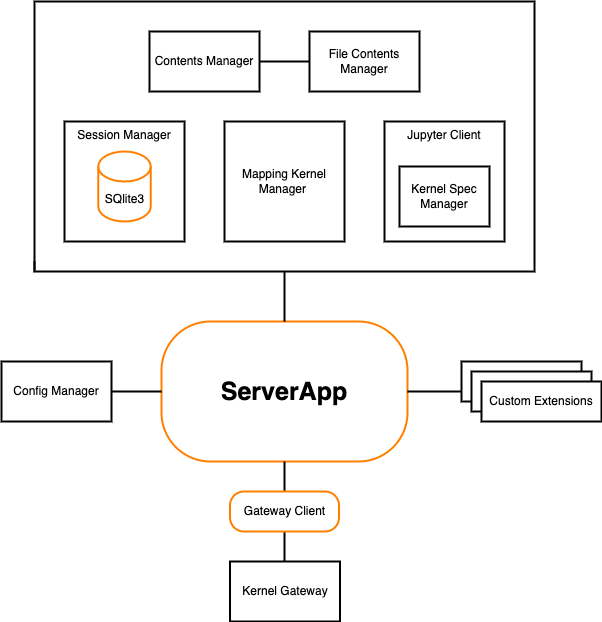
The draw.io diagram docs/source/images/jupyter-server-architecture.drawio.png in jupyter-server/jupyter_server, before a commit. Source tidied: cells renumbered, new cells last; positions are measured from the earlier drawing's top-left corner, leaving out a move shared by most shapes. Its diagram source:
```xml
<mxGraphModel>
  <root>
    <mxCell id="0" />
    <mxCell id="1" parent="0" />
    <mxCell id="2" value="&lt;b style=&quot;font-size: 25px;&quot;&gt;ServerApp&lt;/b&gt;" style="rounded=1;whiteSpace=wrap;html=1;arcSize=35;strokeWidth=2;strokeColor=#FF8000;fontSize=25;" parent="1" vertex="1">
      <mxGeometry x="160" y="320" width="246" height="140" as="geometry" />
    </mxCell>
    <mxCell id="3" style="edgeStyle=orthogonalEdgeStyle;rounded=0;jettySize=auto;html=1;fontSize=12;endArrow=none;endFill=0;strokeColor=default;strokeWidth=2;" parent="1" edge="1" target="2">
      <mxGeometry relative="1" as="geometry">
        <mxPoint x="89" y="390" as="sourcePoint" />
      </mxGeometry>
    </mxCell>
    <mxCell id="4" style="edgeStyle=orthogonalEdgeStyle;rounded=0;jettySize=auto;html=1;fontSize=12;strokeColor=default;endArrow=none;endFill=0;strokeWidth=2;" parent="1" edge="1" source="6" target="2">
      <mxGeometry relative="1" as="geometry" />
    </mxCell>
    <mxCell id="5" style="edgeStyle=orthogonalEdgeStyle;rounded=0;jettySize=auto;html=1;fontSize=12;endArrow=none;endFill=0;strokeColor=default;strokeWidth=2;" parent="1" edge="1" source="6">
      <mxGeometry relative="1" as="geometry">
        <mxPoint x="283" y="560" as="targetPoint" />
      </mxGeometry>
    </mxCell>
    <mxCell id="6" value="&lt;span style=&quot;font-size: 12px;&quot;&gt;Gateway Client&lt;/span&gt;" style="rounded=1;whiteSpace=wrap;html=1;arcSize=35;strokeWidth=2;strokeColor=#FF8000;fontSize=12;align=center;" parent="1" vertex="1">
      <mxGeometry x="228.5" y="490" width="109" height="40" as="geometry" />
    </mxCell>
    <mxCell id="7" style="group;" parent="1" vertex="1">
      <mxGeometry x="460" y="360" width="140" height="60" as="geometry" />
    </mxCell>
    <mxCell id="8" style="rounded=0;whiteSpace=wrap;html=1;strokeColor=#000000;strokeWidth=2;" parent="7" vertex="1">
      <mxGeometry width="120" height="40" as="geometry" />
    </mxCell>
    <mxCell id="9" style="rounded=0;whiteSpace=wrap;html=1;strokeColor=#000000;strokeWidth=2;" parent="7" vertex="1">
      <mxGeometry x="10" y="10" width="120" height="40" as="geometry" />
    </mxCell>
    <mxCell id="10" value="Custom Extensions" style="rounded=0;whiteSpace=wrap;html=1;strokeColor=#000000;strokeWidth=2;" parent="7" vertex="1">
      <mxGeometry x="20" y="20" width="120" height="40" as="geometry" />
    </mxCell>
    <mxCell id="11" style="edgeStyle=orthogonalEdgeStyle;rounded=0;jettySize=auto;html=1;fontSize=12;endArrow=none;endFill=0;strokeColor=default;strokeWidth=2;entryX=0;entryY=0.75;entryDx=0;entryDy=0;" parent="1" edge="1" source="2" target="8">
      <mxGeometry relative="1" as="geometry" />
    </mxCell>
    <mxCell id="12" value="Config Manager" style="rounded=0;whiteSpace=wrap;html=1;strokeColor=#000000;strokeWidth=2;" parent="1" vertex="1">
      <mxGeometry y="360" width="110" height="60" as="geometry" />
    </mxCell>
    <mxCell id="13" value="Kernel Gateway" style="rounded=0;whiteSpace=wrap;html=1;strokeColor=#000000;strokeWidth=2;" parent="1" vertex="1">
      <mxGeometry x="228.5" y="560" width="110" height="60" as="geometry" />
    </mxCell>
    <mxCell id="14" style="group;" parent="1" vertex="1">
      <mxGeometry x="33" width="500" height="270" as="geometry" />
    </mxCell>
    <mxCell id="15" style="rounded=0;whiteSpace=wrap;html=1;fontSize=12;strokeColor=#000000;strokeWidth=2;" parent="14" vertex="1">
      <mxGeometry width="500" height="270" as="geometry" />
    </mxCell>
    <mxCell id="16" value="Mapping Kernel Manager&amp;nbsp;" style="whiteSpace=wrap;html=1;fontSize=12;strokeColor=#000000;strokeWidth=2;align=center;verticalAlign=middle;" parent="14" vertex="1">
      <mxGeometry x="190" y="120" width="120" height="120" as="geometry" />
    </mxCell>
    <mxCell id="17" style="group;" parent="14" vertex="1">
      <mxGeometry x="350" y="120" width="120" height="120" as="geometry" />
    </mxCell>
    <mxCell id="18" value="Jupyter Client" style="whiteSpace=wrap;html=1;fontSize=12;strokeColor=#000000;strokeWidth=2;align=center;verticalAlign=top;" parent="17" vertex="1">
      <mxGeometry width="120" height="120" as="geometry" />
    </mxCell>
    <mxCell id="19" value="Kernel Spec Manager" style="rounded=0;whiteSpace=wrap;html=1;fontSize=12;strokeColor=#000000;strokeWidth=2;" parent="17" vertex="1">
      <mxGeometry x="15" y="45" width="90" height="60" as="geometry" />
    </mxCell>
    <mxCell id="20" value="File Contents Manager" style="rounded=0;whiteSpace=wrap;html=1;strokeColor=#000000;strokeWidth=2;" parent="14" vertex="1">
      <mxGeometry x="275" y="30" width="110" height="60" as="geometry" />
    </mxCell>
    <mxCell id="21" style="edgeStyle=orthogonalEdgeStyle;rounded=0;jettySize=auto;html=1;fontSize=12;endArrow=none;endFill=0;strokeColor=default;strokeWidth=2;" parent="14" edge="1" source="22" target="20">
      <mxGeometry relative="1" as="geometry" />
    </mxCell>
    <mxCell id="22" value="Contents Manager" style="rounded=0;whiteSpace=wrap;html=1;strokeColor=#000000;strokeWidth=2;" parent="14" vertex="1">
      <mxGeometry x="115" y="30" width="110" height="60" as="geometry" />
    </mxCell>
    <mxCell id="23" style="group;" parent="14" vertex="1">
      <mxGeometry x="30" y="120" width="120" height="120" as="geometry" />
    </mxCell>
    <mxCell id="24" value="Session Manager" style="whiteSpace=wrap;html=1;fontSize=12;strokeColor=#000000;strokeWidth=2;align=center;verticalAlign=top;" parent="23" vertex="1">
      <mxGeometry width="120" height="120" as="geometry" />
    </mxCell>
    <mxCell id="25" value="SQlite3" style="shape=cylinder3;whiteSpace=wrap;html=1;boundedLbl=1;backgroundOutline=1;size=15;fontSize=12;strokeColor=#FF8000;strokeWidth=2;" parent="23" vertex="1">
      <mxGeometry x="33.8" y="30" width="52.5" height="70" as="geometry" />
    </mxCell>
    <mxCell id="26" style="edgeStyle=orthogonalEdgeStyle;rounded=0;orthogonalLoop=1;jettySize=auto;html=1;exitX=0;exitY=1;exitDx=0;exitDy=0;entryX=0;entryY=0.963;entryDx=0;entryDy=0;entryPerimeter=0;fontSize=12;endArrow=none;endFill=0;strokeColor=default;strokeWidth=2;" parent="14" edge="1" source="15" target="15">
      <mxGeometry relative="1" as="geometry" />
    </mxCell>
    <mxCell id="27" style="edgeStyle=orthogonalEdgeStyle;rounded=0;jettySize=auto;html=1;fontSize=12;endArrow=none;endFill=0;strokeColor=default;strokeWidth=2;" parent="1" edge="1" source="15" target="2">
      <mxGeometry relative="1" as="geometry" />
    </mxCell>
  </root>
</mxGraphModel>
```
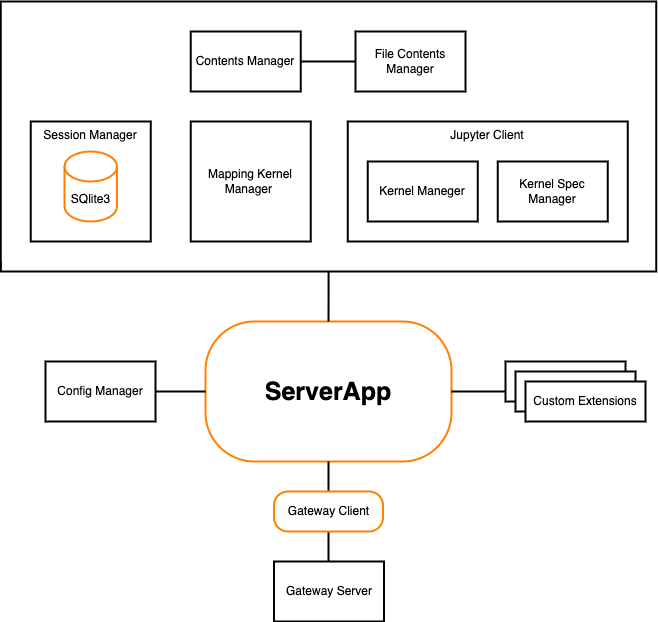
After the commit.

Commit message:
Changes after review

Diff of the diagram source:
```diff
@@ -39,37 +39,19 @@
     <mxCell id="12" value="Config Manager" style="rounded=0;whiteSpace=wrap;html=1;strokeColor=#000000;strokeWidth=2;" parent="1" vertex="1">
       <mxGeometry y="360" width="110" height="60" as="geometry" />
     </mxCell>
-    <mxCell id="13" value="Kernel Gateway" style="rounded=0;whiteSpace=wrap;html=1;strokeColor=#000000;strokeWidth=2;" parent="1" vertex="1">
+    <mxCell id="13" value="Gateway Server" style="rounded=0;whiteSpace=wrap;html=1;strokeColor=#000000;strokeWidth=2;" parent="1" vertex="1">
       <mxGeometry x="228.5" y="560" width="110" height="60" as="geometry" />
     </mxCell>
-    <mxCell id="14" style="group;" parent="1" vertex="1">
-      <mxGeometry x="33" width="500" height="270" as="geometry" />
-    </mxCell>
+    <mxCell id="28" style="group;" parent="1" vertex="1">
+      <mxGeometry x="-44.8" width="655.5" height="270" as="geometry" />
+    </mxCell>
-    <mxCell id="15" style="rounded=0;whiteSpace=wrap;html=1;fontSize=12;strokeColor=#000000;strokeWidth=2;" parent="14" vertex="1">
-      <mxGeometry width="500" height="270" as="geometry" />
+    <mxCell id="15" style="rounded=0;whiteSpace=wrap;html=1;fontSize=12;strokeColor=#000000;strokeWidth=2;" parent="28" vertex="1">
+      <mxGeometry width="655.5" height="270" as="geometry" />
     </mxCell>
-    <mxCell id="16" value="Mapping Kernel Manager&amp;nbsp;" style="whiteSpace=wrap;html=1;fontSize=12;strokeColor=#000000;strokeWidth=2;align=center;verticalAlign=middle;" parent="14" vertex="1">
+    <mxCell id="16" value="Mapping Kernel Manager&amp;nbsp;" style="whiteSpace=wrap;html=1;fontSize=12;strokeColor=#000000;strokeWidth=2;align=center;verticalAlign=middle;" parent="28" vertex="1">
       <mxGeometry x="190" y="120" width="120" height="120" as="geometry" />
     </mxCell>
-    <mxCell id="17" style="group;" parent="14" vertex="1">
-      <mxGeometry x="350" y="120" width="120" height="120" as="geometry" />
-    </mxCell>
-    <mxCell id="18" value="Jupyter Client" style="whiteSpace=wrap;html=1;fontSize=12;strokeColor=#000000;strokeWidth=2;align=center;verticalAlign=top;" parent="17" vertex="1">
-      <mxGeometry width="120" height="120" as="geometry" />
-    </mxCell>
-    <mxCell id="19" value="Kernel Spec Manager" style="rounded=0;whiteSpace=wrap;html=1;fontSize=12;strokeColor=#000000;strokeWidth=2;" parent="17" vertex="1">
-      <mxGeometry x="15" y="45" width="90" height="60" as="geometry" />
-    </mxCell>
-    <mxCell id="20" value="File Contents Manager" style="rounded=0;whiteSpace=wrap;html=1;strokeColor=#000000;strokeWidth=2;" parent="14" vertex="1">
-      <mxGeometry x="275" y="30" width="110" height="60" as="geometry" />
-    </mxCell>
-    <mxCell id="21" style="edgeStyle=orthogonalEdgeStyle;rounded=0;jettySize=auto;html=1;fontSize=12;endArrow=none;endFill=0;strokeColor=default;strokeWidth=2;" parent="14" edge="1" source="22" target="20">
-      <mxGeometry relative="1" as="geometry" />
-    </mxCell>
-    <mxCell id="22" value="Contents Manager" style="rounded=0;whiteSpace=wrap;html=1;strokeColor=#000000;strokeWidth=2;" parent="14" vertex="1">
-      <mxGeometry x="115" y="30" width="110" height="60" as="geometry" />
-    </mxCell>
-    <mxCell id="23" style="group;" parent="14" vertex="1">
+    <mxCell id="23" style="group;" parent="28" vertex="1">
       <mxGeometry x="30" y="120" width="120" height="120" as="geometry" />
     </mxCell>
     <mxCell id="24" value="Session Manager" style="whiteSpace=wrap;html=1;fontSize=12;strokeColor=#000000;strokeWidth=2;align=center;verticalAlign=top;" parent="23" vertex="1">
@@ -78,10 +60,28 @@
     <mxCell id="25" value="SQlite3" style="shape=cylinder3;whiteSpace=wrap;html=1;boundedLbl=1;backgroundOutline=1;size=15;fontSize=12;strokeColor=#FF8000;strokeWidth=2;" parent="23" vertex="1">
       <mxGeometry x="33.8" y="30" width="52.5" height="70" as="geometry" />
     </mxCell>
-    <mxCell id="26" style="edgeStyle=orthogonalEdgeStyle;rounded=0;orthogonalLoop=1;jettySize=auto;html=1;exitX=0;exitY=1;exitDx=0;exitDy=0;entryX=0;entryY=0.963;entryDx=0;entryDy=0;entryPerimeter=0;fontSize=12;endArrow=none;endFill=0;strokeColor=default;strokeWidth=2;" parent="14" edge="1" source="15" target="15">
+    <mxCell id="26" style="edgeStyle=orthogonalEdgeStyle;rounded=0;orthogonalLoop=1;jettySize=auto;html=1;exitX=0;exitY=1;exitDx=0;exitDy=0;entryX=0;entryY=0.963;entryDx=0;entryDy=0;entryPerimeter=0;fontSize=12;endArrow=none;endFill=0;strokeColor=default;strokeWidth=2;" parent="28" edge="1" source="15" target="15">
       <mxGeometry relative="1" as="geometry" />
     </mxCell>
+    <mxCell id="18" value="Jupyter Client" style="rounded=0;whiteSpace=wrap;html=1;strokeColor=#000000;strokeWidth=2;align=center;verticalAlign=top;" parent="28" vertex="1">
+      <mxGeometry x="347" y="120" width="280" height="120" as="geometry" />
+    </mxCell>
+    <mxCell id="19" value="Kernel Spec Manager" style="rounded=0;whiteSpace=wrap;html=1;strokeColor=#000000;strokeWidth=2;" parent="28" vertex="1">
+      <mxGeometry x="497" y="160" width="110" height="60" as="geometry" />
+    </mxCell>
+    <mxCell id="29" value="Kernel Maneger" style="rounded=0;whiteSpace=wrap;html=1;strokeColor=#000000;strokeWidth=2;" parent="28" vertex="1">
+      <mxGeometry x="367" y="160" width="110" height="60" as="geometry" />
+    </mxCell>
+    <mxCell id="20" value="File Contents Manager" style="rounded=0;whiteSpace=wrap;html=1;strokeColor=#000000;strokeWidth=2;" parent="28" vertex="1">
+      <mxGeometry x="354.8" y="30" width="110" height="60" as="geometry" />
+    </mxCell>
+    <mxCell id="21" style="edgeStyle=orthogonalEdgeStyle;rounded=0;jettySize=auto;html=1;fontSize=12;endArrow=none;endFill=0;strokeColor=default;strokeWidth=2;" parent="28" edge="1" source="22" target="20">
+      <mxGeometry relative="1" as="geometry" />
+    </mxCell>
+    <mxCell id="22" value="Contents Manager" style="rounded=0;whiteSpace=wrap;html=1;strokeColor=#000000;strokeWidth=2;" parent="28" vertex="1">
+      <mxGeometry x="190" y="30" width="110" height="60" as="geometry" />
+    </mxCell>
-    <mxCell id="27" style="edgeStyle=orthogonalEdgeStyle;rounded=0;jettySize=auto;html=1;fontSize=12;endArrow=none;endFill=0;strokeColor=default;strokeWidth=2;" parent="1" edge="1" source="15" target="2">
+    <mxCell id="27" style="edgeStyle=orthogonalEdgeStyle;rounded=0;jettySize=auto;html=1;strokeWidth=2;endArrow=none;endFill=0;" parent="1" edge="1" source="15" target="2">
       <mxGeometry relative="1" as="geometry" />
     </mxCell>
   </root>
```
